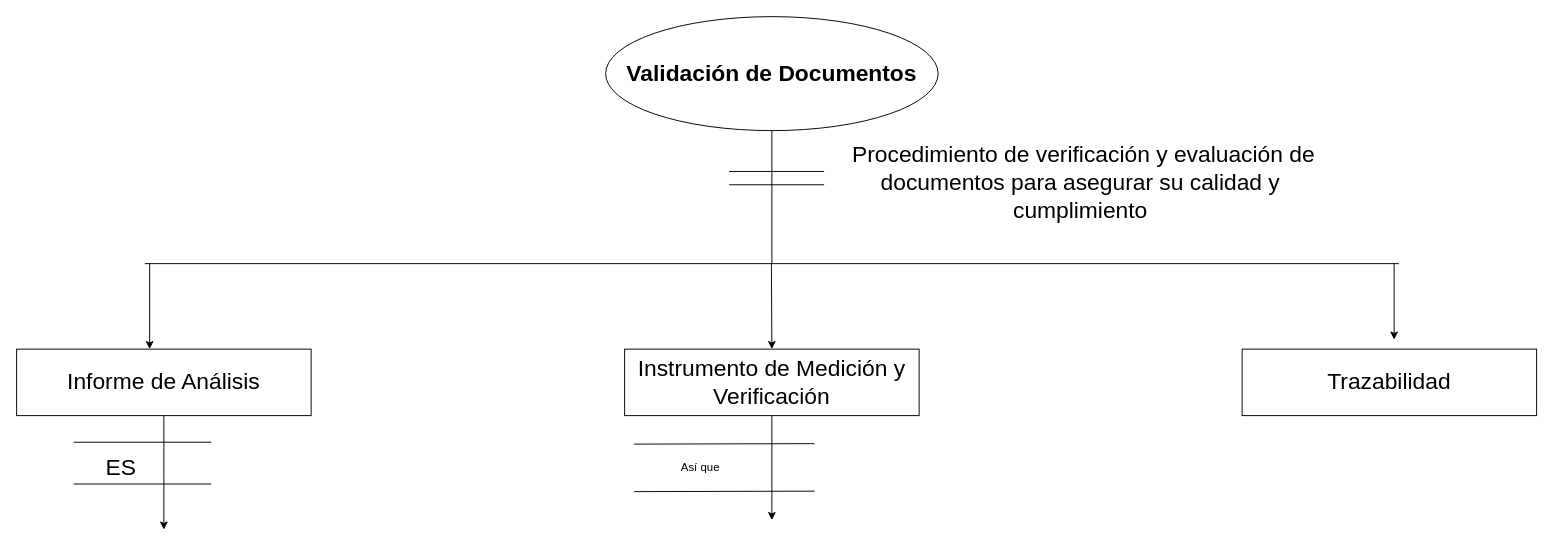
SDDIDIER22/courser-test1 keeps this draw.io diagram as Diagrama sin título.drawio. Above is the earlier version. Source tidied: cells renumbered, new cells numbered last; positions are measured from the earlier drawing's top-left corner, leaving out a move shared by most shapes. Both pictures are drawn from the tidied source at 95%, with x=0, y=0 at pixel (16, 16).
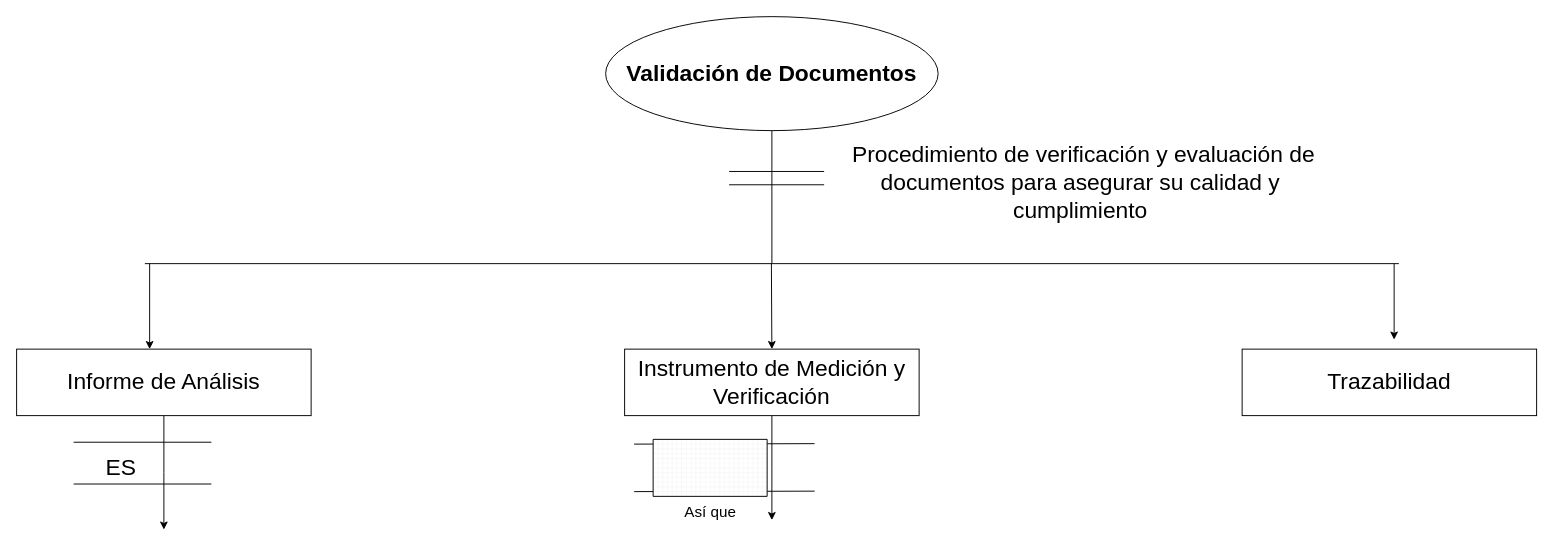
Above is the later version.

What changed in the source:
```diff
@@
-    <mxCell id="19" value="Así que" style="text;html=1;strokeColor=none;fillColor=none;align=center;verticalAlign=middle;whiteSpace=wrap;rounded=0;" parent="1" vertex="1">
-      <mxGeometry x="690" y="460" width="60" height="30" as="geometry" />
+    <mxCell id="19" value="Así que" style="verticalLabelPosition=bottom;verticalAlign=top;html=1;shape=mxgraph.basic.patternFillRect;fillStyle=grid;step=5;fillStrokeWidth=0.2;fillStrokeColor=#dddddd;fontSize=16;" parent="1" vertex="1">
+      <mxGeometry x="670" y="445" width="120" height="60" as="geometry" />
     </mxCell>
```
